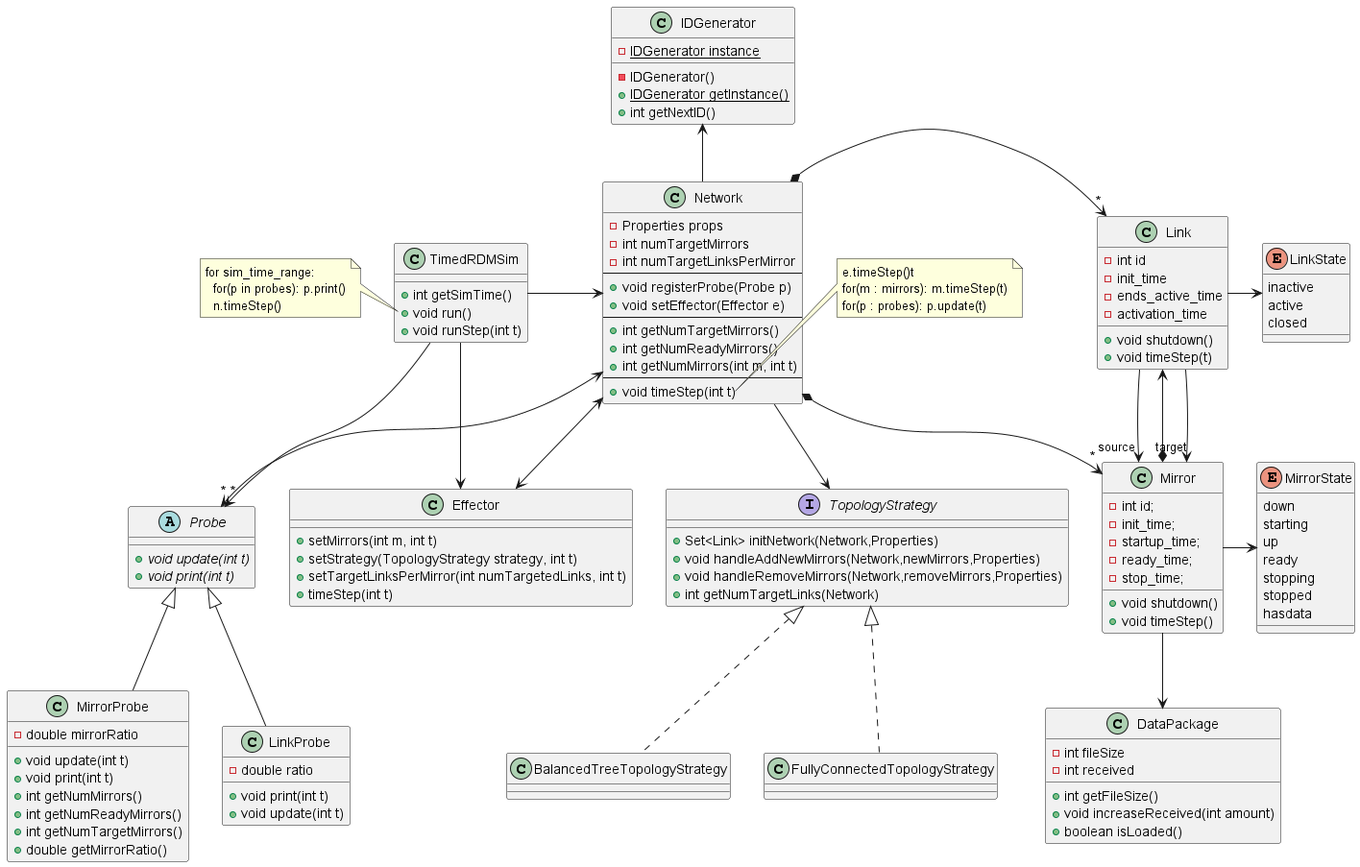
Earlier version of the PlantUML export doc/images/classes.png (sebastiangoetz/LRDMSimulator).
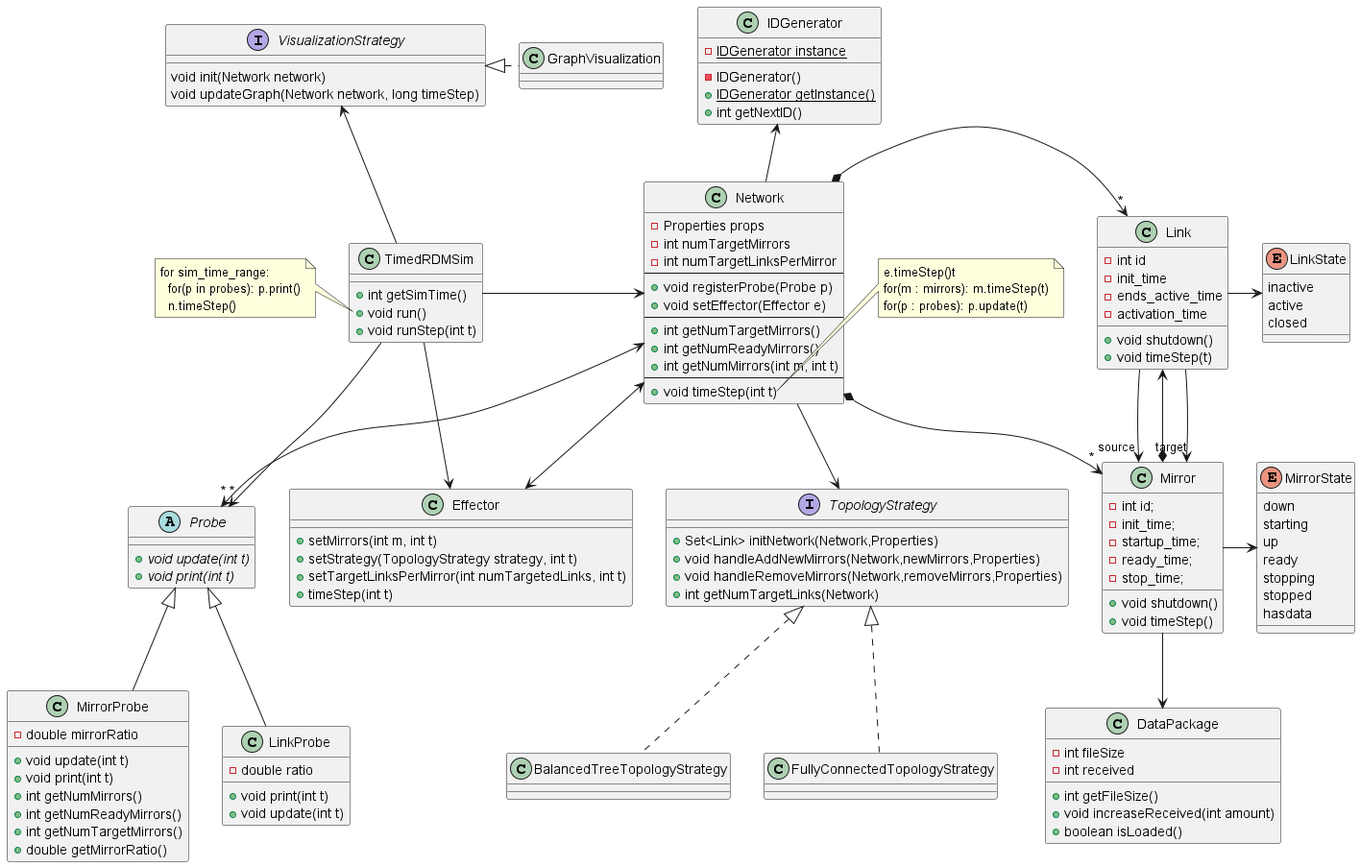
The same file after the commit.

Commit message:
updated slides and diagram

Change to the diagram source:
```diff
@@ -55,6 +55,14 @@
   + {abstract} void update(int t)
   + {abstract} void print(int t)
 }
+
+interface VisualizationStrategy {
+    void init(Network network)
+    void updateGraph(Network network, long timeStep)
+}
+
+class GraphVisualization
+
 
 class MirrorProbe
 {
@@ -134,6 +142,8 @@
 
 TopologyStrategy <|.. BalancedTreeTopologyStrategy
 TopologyStrategy <|.. FullyConnectedTopologyStrategy
+VisualizationStrategy <-- TimedRDMSim
+VisualizationStrategy <|. GraphVisualization
 TimedRDMSim --> Effector
 TimedRDMSim --> "*" Probe
 Network --> TopologyStrategy
```
